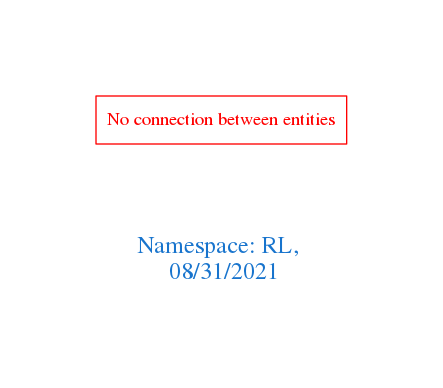
This is downloads/RL.png from arago/OGIT, a Graphviz export, as it was before one commit. Its source is kept beside it as downloads/RL.dot.
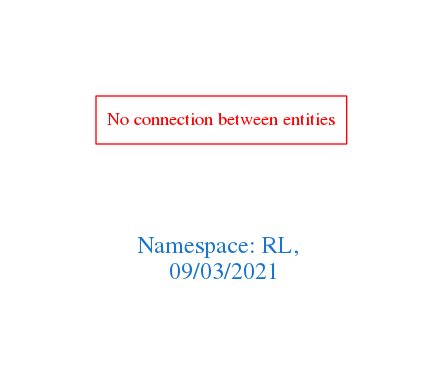
The same diagram one commit later.

Diff of the diagram source:
```diff
@@ -1,7 +1,7 @@
 digraph OGIT_ontology {
  graph [ rankdir= LR,pad=1
 fontsize = 18,
-fontcolor= dodgerblue3,label = "\n\n\nNamespace: RL, \n 08/31/2021"];
+fontcolor= dodgerblue3,label = "\n\n\nNamespace: RL, \n 09/03/2021"];
 node[shape=polygon];
 edge [  color="gray81"];
 
```
